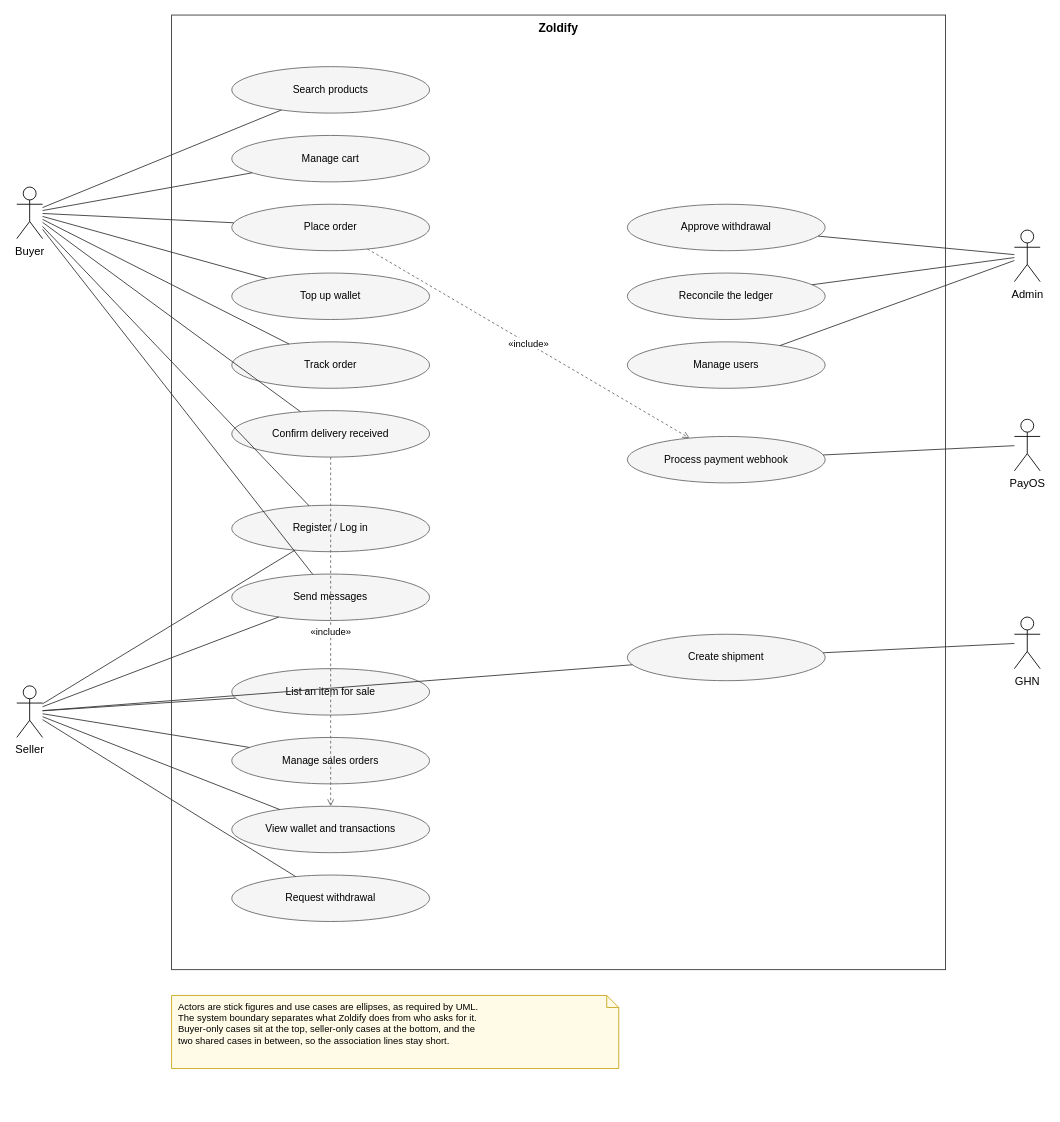
Above: docs/system-design/drawio/05-use-case-diagram.drawio in tdat-dev/Zoldify_Backend (draw.io), before the change. Source tidied: cells renumbered, new cells numbered last; positions are measured from the earlier drawing's top-left corner, leaving out a move shared by most shapes. Both pictures are drawn from the tidied source at 86%, with x=0, y=0 at pixel (16, 15).
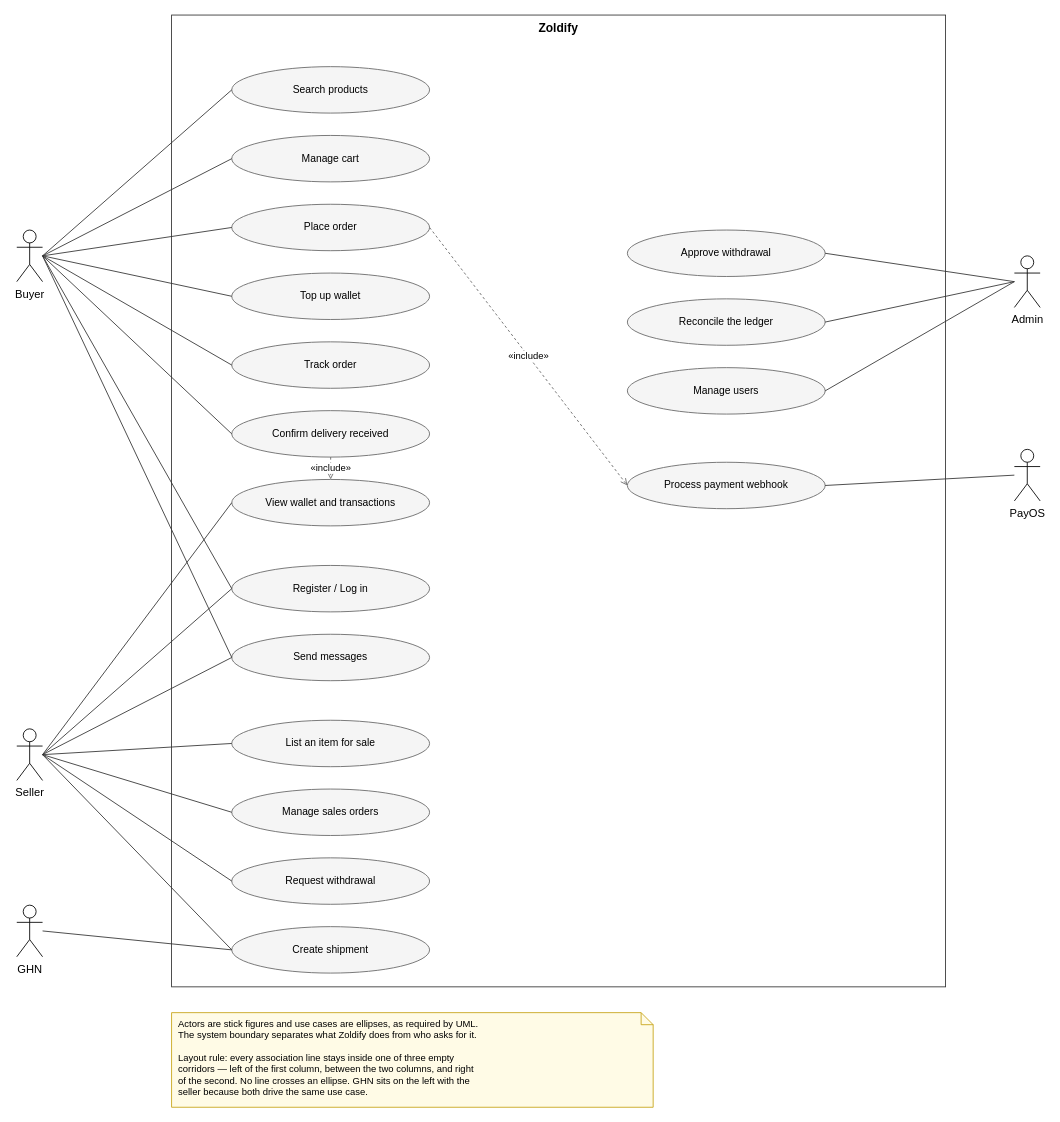
The same page after the edit.

Commit message (it also covers changes not shown here):
fix: fix(so-do): duong noi khong con cat qua hinh trong so do use case

Unchanged cells that the change refers to:
```xml
<mxCell id="8" value="Search products" style="ellipse;whiteSpace=wrap;html=1;fontSize=12;fillColor=#f5f5f5;strokeColor=#666666;" parent="1" vertex="1">
  <mxGeometry x="250" y="60" width="230" height="54" as="geometry" />
</mxCell>
<mxCell id="9" value="Manage cart" style="ellipse;whiteSpace=wrap;html=1;fontSize=12;fillColor=#f5f5f5;strokeColor=#666666;" parent="1" vertex="1">
  <mxGeometry x="250" y="140" width="230" height="54" as="geometry" />
</mxCell>
<mxCell id="10" value="Place order" style="ellipse;whiteSpace=wrap;html=1;fontSize=12;fillColor=#f5f5f5;strokeColor=#666666;" parent="1" vertex="1">
  <mxGeometry x="250" y="220" width="230" height="54" as="geometry" />
</mxCell>
<mxCell id="11" value="Top up wallet" style="ellipse;whiteSpace=wrap;html=1;fontSize=12;fillColor=#f5f5f5;strokeColor=#666666;" parent="1" vertex="1">
  <mxGeometry x="250" y="300" width="230" height="54" as="geometry" />
</mxCell>
<mxCell id="12" value="Track order" style="ellipse;whiteSpace=wrap;html=1;fontSize=12;fillColor=#f5f5f5;strokeColor=#666666;" parent="1" vertex="1">
  <mxGeometry x="250" y="380" width="230" height="54" as="geometry" />
</mxCell>
<mxCell id="13" value="Confirm delivery received" style="ellipse;whiteSpace=wrap;html=1;fontSize=12;fillColor=#f5f5f5;strokeColor=#666666;" parent="1" vertex="1">
  <mxGeometry x="250" y="460" width="230" height="54" as="geometry" />
</mxCell>
```

Change to the diagram source:
```diff
@@
     <mxCell id="2" value="Buyer" style="shape=umlActor;verticalLabelPosition=bottom;verticalAlign=top;html=1;outlineConnect=0;fontSize=13;" parent="1" vertex="1">
-      <mxGeometry y="200" width="30" height="60" as="geometry" />
+      <mxGeometry y="250" width="30" height="60" as="geometry" />
     </mxCell>
     <mxCell id="3" value="Seller" style="shape=umlActor;verticalLabelPosition=bottom;verticalAlign=top;html=1;outlineConnect=0;fontSize=13;" parent="1" vertex="1">
-      <mxGeometry y="780" width="30" height="60" as="geometry" />
+      <mxGeometry y="830" width="30" height="60" as="geometry" />
     </mxCell>
-    <mxCell id="4" value="Admin" style="shape=umlActor;verticalLabelPosition=bottom;verticalAlign=top;html=1;outlineConnect=0;fontSize=13;" parent="1" vertex="1">
-      <mxGeometry x="1160" y="250" width="30" height="60" as="geometry" />
+    <mxCell id="4" value="GHN" style="shape=umlActor;verticalLabelPosition=bottom;verticalAlign=top;html=1;outlineConnect=0;fontSize=13;" parent="1" vertex="1">
+      <mxGeometry y="1035" width="30" height="60" as="geometry" />
     </mxCell>
-    <mxCell id="5" value="PayOS" style="shape=umlActor;verticalLabelPosition=bottom;verticalAlign=top;html=1;outlineConnect=0;fontSize=13;" parent="1" vertex="1">
-      <mxGeometry x="1160" y="470" width="30" height="60" as="geometry" />
+    <mxCell id="5" value="Admin" style="shape=umlActor;verticalLabelPosition=bottom;verticalAlign=top;html=1;outlineConnect=0;fontSize=13;" parent="1" vertex="1">
+      <mxGeometry x="1160" y="280" width="30" height="60" as="geometry" />
     </mxCell>
-    <mxCell id="6" value="GHN" style="shape=umlActor;verticalLabelPosition=bottom;verticalAlign=top;html=1;outlineConnect=0;fontSize=13;" parent="1" vertex="1">
-      <mxGeometry x="1160" y="700" width="30" height="60" as="geometry" />
+    <mxCell id="6" value="PayOS" style="shape=umlActor;verticalLabelPosition=bottom;verticalAlign=top;html=1;outlineConnect=0;fontSize=13;" parent="1" vertex="1">
+      <mxGeometry x="1160" y="505" width="30" height="60" as="geometry" />
     </mxCell>
     <mxCell id="7" value="Zoldify" style="rounded=0;whiteSpace=wrap;html=1;verticalAlign=top;fillColor=none;strokeColor=#333333;fontSize=14;fontStyle=1;" parent="1" vertex="1">
-      <mxGeometry x="180" width="900" height="1110" as="geometry" />
+      <mxGeometry x="180" width="900" height="1130" as="geometry" />
     </mxCell>
@@
-    <mxCell id="14" value="Register / Log in" style="ellipse;whiteSpace=wrap;html=1;fontSize=12;fillColor=#f5f5f5;strokeColor=#666666;" parent="1" vertex="1">
-      <mxGeometry x="250" y="570" width="230" height="54" as="geometry" />
+    <mxCell id="14" value="View wallet and transactions" style="ellipse;whiteSpace=wrap;html=1;fontSize=12;fillColor=#f5f5f5;strokeColor=#666666;" parent="1" vertex="1">
+      <mxGeometry x="250" y="540" width="230" height="54" as="geometry" />
     </mxCell>
-    <mxCell id="15" value="Send messages" style="ellipse;whiteSpace=wrap;html=1;fontSize=12;fillColor=#f5f5f5;strokeColor=#666666;" parent="1" vertex="1">
-      <mxGeometry x="250" y="650" width="230" height="54" as="geometry" />
+    <mxCell id="15" value="Register / Log in" style="ellipse;whiteSpace=wrap;html=1;fontSize=12;fillColor=#f5f5f5;strokeColor=#666666;" parent="1" vertex="1">
+      <mxGeometry x="250" y="640" width="230" height="54" as="geometry" />
     </mxCell>
-    <mxCell id="16" value="List an item for sale" style="ellipse;whiteSpace=wrap;html=1;fontSize=12;fillColor=#f5f5f5;strokeColor=#666666;" parent="1" vertex="1">
-      <mxGeometry x="250" y="760" width="230" height="54" as="geometry" />
+    <mxCell id="16" value="Send messages" style="ellipse;whiteSpace=wrap;html=1;fontSize=12;fillColor=#f5f5f5;strokeColor=#666666;" parent="1" vertex="1">
+      <mxGeometry x="250" y="720" width="230" height="54" as="geometry" />
     </mxCell>
-    <mxCell id="17" value="Manage sales orders" style="ellipse;whiteSpace=wrap;html=1;fontSize=12;fillColor=#f5f5f5;strokeColor=#666666;" parent="1" vertex="1">
-      <mxGeometry x="250" y="840" width="230" height="54" as="geometry" />
+    <mxCell id="17" value="List an item for sale" style="ellipse;whiteSpace=wrap;html=1;fontSize=12;fillColor=#f5f5f5;strokeColor=#666666;" parent="1" vertex="1">
+      <mxGeometry x="250" y="820" width="230" height="54" as="geometry" />
     </mxCell>
-    <mxCell id="18" value="View wallet and transactions" style="ellipse;whiteSpace=wrap;html=1;fontSize=12;fillColor=#f5f5f5;strokeColor=#666666;" parent="1" vertex="1">
-      <mxGeometry x="250" y="920" width="230" height="54" as="geometry" />
+    <mxCell id="18" value="Manage sales orders" style="ellipse;whiteSpace=wrap;html=1;fontSize=12;fillColor=#f5f5f5;strokeColor=#666666;" parent="1" vertex="1">
+      <mxGeometry x="250" y="900" width="230" height="54" as="geometry" />
     </mxCell>
     <mxCell id="19" value="Request withdrawal" style="ellipse;whiteSpace=wrap;html=1;fontSize=12;fillColor=#f5f5f5;strokeColor=#666666;" parent="1" vertex="1">
-      <mxGeometry x="250" y="1000" width="230" height="54" as="geometry" />
+      <mxGeometry x="250" y="980" width="230" height="54" as="geometry" />
     </mxCell>
-    <mxCell id="20" value="Approve withdrawal" style="ellipse;whiteSpace=wrap;html=1;fontSize=12;fillColor=#f5f5f5;strokeColor=#666666;" parent="1" vertex="1">
-      <mxGeometry x="710" y="220" width="230" height="54" as="geometry" />
+    <mxCell id="20" value="Create shipment" style="ellipse;whiteSpace=wrap;html=1;fontSize=12;fillColor=#f5f5f5;strokeColor=#666666;" parent="1" vertex="1">
+      <mxGeometry x="250" y="1060" width="230" height="54" as="geometry" />
     </mxCell>
-    <mxCell id="21" value="Reconcile the ledger" style="ellipse;whiteSpace=wrap;html=1;fontSize=12;fillColor=#f5f5f5;strokeColor=#666666;" parent="1" vertex="1">
-      <mxGeometry x="710" y="300" width="230" height="54" as="geometry" />
+    <mxCell id="21" value="Approve withdrawal" style="ellipse;whiteSpace=wrap;html=1;fontSize=12;fillColor=#f5f5f5;strokeColor=#666666;" parent="1" vertex="1">
+      <mxGeometry x="710" y="250" width="230" height="54" as="geometry" />
     </mxCell>
-    <mxCell id="22" value="Manage users" style="ellipse;whiteSpace=wrap;html=1;fontSize=12;fillColor=#f5f5f5;strokeColor=#666666;" parent="1" vertex="1">
-      <mxGeometry x="710" y="380" width="230" height="54" as="geometry" />
+    <mxCell id="22" value="Reconcile the ledger" style="ellipse;whiteSpace=wrap;html=1;fontSize=12;fillColor=#f5f5f5;strokeColor=#666666;" parent="1" vertex="1">
+      <mxGeometry x="710" y="330" width="230" height="54" as="geometry" />
     </mxCell>
-    <mxCell id="23" value="Process payment webhook" style="ellipse;whiteSpace=wrap;html=1;fontSize=12;fillColor=#f5f5f5;strokeColor=#666666;" parent="1" vertex="1">
-      <mxGeometry x="710" y="490" width="230" height="54" as="geometry" />
+    <mxCell id="23" value="Manage users" style="ellipse;whiteSpace=wrap;html=1;fontSize=12;fillColor=#f5f5f5;strokeColor=#666666;" parent="1" vertex="1">
+      <mxGeometry x="710" y="410" width="230" height="54" as="geometry" />
     </mxCell>
-    <mxCell id="24" value="Create shipment" style="ellipse;whiteSpace=wrap;html=1;fontSize=12;fillColor=#f5f5f5;strokeColor=#666666;" parent="1" vertex="1">
-      <mxGeometry x="710" y="720" width="230" height="54" as="geometry" />
+    <mxCell id="24" value="Process payment webhook" style="ellipse;whiteSpace=wrap;html=1;fontSize=12;fillColor=#f5f5f5;strokeColor=#666666;" parent="1" vertex="1">
+      <mxGeometry x="710" y="520" width="230" height="54" as="geometry" />
     </mxCell>
-    <mxCell id="25" style="endArrow=none;html=1;strokeColor=#333333;" parent="1" edge="1" source="2" target="14">
+    <mxCell id="25" style="endArrow=none;html=1;strokeColor=#333333;exitX=1;exitY=0.5;exitDx=0;exitDy=0;entryX=0;entryY=0.5;entryDx=0;entryDy=0;" parent="1" edge="1" source="2" target="15">
       <mxGeometry relative="1" as="geometry" />
     </mxCell>
-    <mxCell id="26" style="endArrow=none;html=1;strokeColor=#333333;" parent="1" edge="1" source="2" target="8">
+    <mxCell id="26" style="endArrow=none;html=1;strokeColor=#333333;exitX=1;exitY=0.5;exitDx=0;exitDy=0;entryX=0;entryY=0.5;entryDx=0;entryDy=0;" parent="1" edge="1" source="2" target="8">
       <mxGeometry relative="1" as="geometry" />
     </mxCell>
-    <mxCell id="27" style="endArrow=none;html=1;strokeColor=#333333;" parent="1" edge="1" source="2" target="9">
+    <mxCell id="27" style="endArrow=none;html=1;strokeColor=#333333;exitX=1;exitY=0.5;exitDx=0;exitDy=0;entryX=0;entryY=0.5;entryDx=0;entryDy=0;" parent="1" edge="1" source="2" target="9">
       <mxGeometry relative="1" as="geometry" />
     </mxCell>
-    <mxCell id="28" style="endArrow=none;html=1;strokeColor=#333333;" parent="1" edge="1" source="2" target="10">
+    <mxCell id="28" style="endArrow=none;html=1;strokeColor=#333333;exitX=1;exitY=0.5;exitDx=0;exitDy=0;entryX=0;entryY=0.5;entryDx=0;entryDy=0;" parent="1" edge="1" source="2" target="10">
       <mxGeometry relative="1" as="geometry" />
     </mxCell>
-    <mxCell id="29" style="endArrow=none;html=1;strokeColor=#333333;" parent="1" edge="1" source="2" target="11">
+    <mxCell id="29" style="endArrow=none;html=1;strokeColor=#333333;exitX=1;exitY=0.5;exitDx=0;exitDy=0;entryX=0;entryY=0.5;entryDx=0;entryDy=0;" parent="1" edge="1" source="2" target="11">
       <mxGeometry relative="1" as="geometry" />
     </mxCell>
-    <mxCell id="30" style="endArrow=none;html=1;strokeColor=#333333;" parent="1" edge="1" source="2" target="12">
+    <mxCell id="30" style="endArrow=none;html=1;strokeColor=#333333;exitX=1;exitY=0.5;exitDx=0;exitDy=0;entryX=0;entryY=0.5;entryDx=0;entryDy=0;" parent="1" edge="1" source="2" target="12">
       <mxGeometry relative="1" as="geometry" />
     </mxCell>
-    <mxCell id="31" style="endArrow=none;html=1;strokeColor=#333333;" parent="1" edge="1" source="2" target="13">
+    <mxCell id="31" style="endArrow=none;html=1;strokeColor=#333333;exitX=1;exitY=0.5;exitDx=0;exitDy=0;entryX=0;entryY=0.5;entryDx=0;entryDy=0;" parent="1" edge="1" source="2" target="13">
       <mxGeometry relative="1" as="geometry" />
     </mxCell>
-    <mxCell id="32" style="endArrow=none;html=1;strokeColor=#333333;" parent="1" edge="1" source="2" target="15">
+    <mxCell id="32" style="endArrow=none;html=1;strokeColor=#333333;exitX=1;exitY=0.5;exitDx=0;exitDy=0;entryX=0;entryY=0.5;entryDx=0;entryDy=0;" parent="1" edge="1" source="2" target="16">
       <mxGeometry relative="1" as="geometry" />
     </mxCell>
-    <mxCell id="33" style="endArrow=none;html=1;strokeColor=#333333;" parent="1" edge="1" source="3" target="14">
+    <mxCell id="33" style="endArrow=none;html=1;strokeColor=#333333;exitX=1;exitY=0.5;exitDx=0;exitDy=0;entryX=0;entryY=0.5;entryDx=0;entryDy=0;" parent="1" edge="1" source="3" target="15">
       <mxGeometry relative="1" as="geometry" />
     </mxCell>
-    <mxCell id="34" style="endArrow=none;html=1;strokeColor=#333333;" parent="1" edge="1" source="3" target="15">
+    <mxCell id="34" style="endArrow=none;html=1;strokeColor=#333333;exitX=1;exitY=0.5;exitDx=0;exitDy=0;entryX=0;entryY=0.5;entryDx=0;entryDy=0;" parent="1" edge="1" source="3" target="16">
       <mxGeometry relative="1" as="geometry" />
     </mxCell>
-    <mxCell id="35" style="endArrow=none;html=1;strokeColor=#333333;" parent="1" edge="1" source="3" target="16">
+    <mxCell id="35" style="endArrow=none;html=1;strokeColor=#333333;exitX=1;exitY=0.5;exitDx=0;exitDy=0;entryX=0;entryY=0.5;entryDx=0;entryDy=0;" parent="1" edge="1" source="3" target="17">
       <mxGeometry relative="1" as="geometry" />
     </mxCell>
-    <mxCell id="36" style="endArrow=none;html=1;strokeColor=#333333;" parent="1" edge="1" source="3" target="17">
+    <mxCell id="36" style="endArrow=none;html=1;strokeColor=#333333;exitX=1;exitY=0.5;exitDx=0;exitDy=0;entryX=0;entryY=0.5;entryDx=0;entryDy=0;" parent="1" edge="1" source="3" target="18">
       <mxGeometry relative="1" as="geometry" />
     </mxCell>
-    <mxCell id="37" style="endArrow=none;html=1;strokeColor=#333333;" parent="1" edge="1" source="3" target="24">
+    <mxCell id="37" style="endArrow=none;html=1;strokeColor=#333333;exitX=1;exitY=0.5;exitDx=0;exitDy=0;entryX=0;entryY=0.5;entryDx=0;entryDy=0;" parent="1" edge="1" source="3" target="20">
       <mxGeometry relative="1" as="geometry" />
     </mxCell>
-    <mxCell id="38" style="endArrow=none;html=1;strokeColor=#333333;" parent="1" edge="1" source="3" target="18">
+    <mxCell id="38" style="endArrow=none;html=1;strokeColor=#333333;exitX=1;exitY=0.5;exitDx=0;exitDy=0;entryX=0;entryY=0.5;entryDx=0;entryDy=0;" parent="1" edge="1" source="3" target="14">
       <mxGeometry relative="1" as="geometry" />
     </mxCell>
-    <mxCell id="39" style="endArrow=none;html=1;strokeColor=#333333;" parent="1" edge="1" source="3" target="19">
+    <mxCell id="39" style="endArrow=none;html=1;strokeColor=#333333;exitX=1;exitY=0.5;exitDx=0;exitDy=0;entryX=0;entryY=0.5;entryDx=0;entryDy=0;" parent="1" edge="1" source="3" target="19">
       <mxGeometry relative="1" as="geometry" />
     </mxCell>
-    <mxCell id="40" style="endArrow=none;html=1;strokeColor=#333333;" parent="1" edge="1" source="4" target="20">
+    <mxCell id="40" style="endArrow=none;html=1;strokeColor=#333333;exitX=1;exitY=0.5;exitDx=0;exitDy=0;entryX=0;entryY=0.5;entryDx=0;entryDy=0;" parent="1" edge="1" source="4" target="20">
       <mxGeometry relative="1" as="geometry" />
     </mxCell>
-    <mxCell id="41" style="endArrow=none;html=1;strokeColor=#333333;" parent="1" edge="1" source="4" target="21">
+    <mxCell id="41" style="endArrow=none;html=1;strokeColor=#333333;exitX=0;exitY=0.5;exitDx=0;exitDy=0;entryX=1;entryY=0.5;entryDx=0;entryDy=0;" parent="1" edge="1" source="5" target="21">
       <mxGeometry relative="1" as="geometry" />
     </mxCell>
-    <mxCell id="42" style="endArrow=none;html=1;strokeColor=#333333;" parent="1" edge="1" source="4" target="22">
+    <mxCell id="42" style="endArrow=none;html=1;strokeColor=#333333;exitX=0;exitY=0.5;exitDx=0;exitDy=0;entryX=1;entryY=0.5;entryDx=0;entryDy=0;" parent="1" edge="1" source="5" target="22">
       <mxGeometry relative="1" as="geometry" />
     </mxCell>
-    <mxCell id="43" style="endArrow=none;html=1;strokeColor=#333333;" parent="1" edge="1" source="5" target="23">
+    <mxCell id="43" style="endArrow=none;html=1;strokeColor=#333333;exitX=0;exitY=0.5;exitDx=0;exitDy=0;entryX=1;entryY=0.5;entryDx=0;entryDy=0;" parent="1" edge="1" source="5" target="23">
       <mxGeometry relative="1" as="geometry" />
     </mxCell>
-    <mxCell id="44" style="endArrow=none;html=1;strokeColor=#333333;" parent="1" edge="1" source="6" target="24">
+    <mxCell id="44" style="endArrow=none;html=1;strokeColor=#333333;exitX=0;exitY=0.5;exitDx=0;exitDy=0;entryX=1;entryY=0.5;entryDx=0;entryDy=0;" parent="1" edge="1" source="6" target="24">
       <mxGeometry relative="1" as="geometry" />
     </mxCell>
-    <mxCell id="45" value="«include»" style="endArrow=open;endFill=0;dashed=1;html=1;strokeColor=#666666;fontSize=11;" parent="1" edge="1" source="10" target="23">
+    <mxCell id="45" value="«include»" style="endArrow=open;endFill=0;dashed=1;html=1;strokeColor=#666666;fontSize=11;exitX=1;exitY=0.5;exitDx=0;exitDy=0;entryX=0;entryY=0.5;entryDx=0;entryDy=0;" parent="1" edge="1" source="10" target="24">
       <mxGeometry relative="1" as="geometry" />
     </mxCell>
-    <mxCell id="46" value="«include»" style="endArrow=open;endFill=0;dashed=1;html=1;strokeColor=#666666;fontSize=11;" parent="1" edge="1" source="13" target="18">
+    <mxCell id="46" value="«include»" style="endArrow=open;endFill=0;dashed=1;html=1;strokeColor=#666666;fontSize=11;exitX=0.5;exitY=1;exitDx=0;exitDy=0;entryX=0.5;entryY=0;entryDx=0;entryDy=0;" parent="1" edge="1" source="13" target="14">
       <mxGeometry relative="1" as="geometry" />
     </mxCell>
-    <mxCell id="47" value="Actors are stick figures and use cases are ellipses, as required by UML.&lt;br&gt;The system boundary separates what Zoldify does from who asks for it.&lt;br&gt;Buyer-only cases sit at the top, seller-only cases at the bottom, and the&lt;br&gt;two shared cases in between, so the association lines stay short." style="shape=note;whiteSpace=wrap;html=1;size=14;verticalAlign=top;align=left;spacingLeft=6;fontSize=11;fillColor=#fffbe6;strokeColor=#c8a415;" parent="1" vertex="1">
-      <mxGeometry x="180" y="1140" width="520" height="85" as="geometry" />
+    <mxCell id="47" value="Actors are stick figures and use cases are ellipses, as required by UML.&lt;br&gt;The system boundary separates what Zoldify does from who asks for it.&lt;br&gt;&lt;br&gt;Layout rule: every association line stays inside one of three empty&lt;br&gt;corridors — left of the first column, between the two columns, and right&lt;br&gt;of the second. No line crosses an ellipse. GHN sits on the left with the&lt;br&gt;seller because both drive the same use case." style="shape=note;whiteSpace=wrap;html=1;size=14;verticalAlign=top;align=left;spacingLeft=6;fontSize=11;fillColor=#fffbe6;strokeColor=#c8a415;" parent="1" vertex="1">
+      <mxGeometry x="180" y="1160" width="560" height="110" as="geometry" />
     </mxCell>
```
